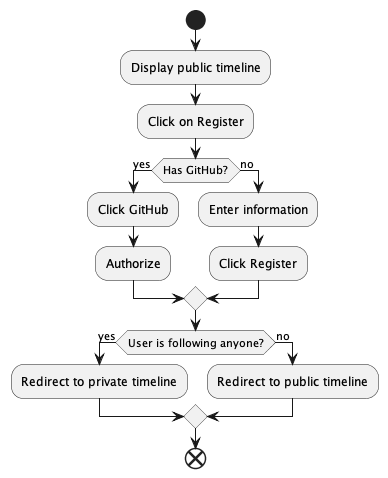
This is docs/diagrams/ActivityDiagramRegister.png from ITU-BDSA23-GROUP9/Chirp, a PlantUML export, as it was before one commit.
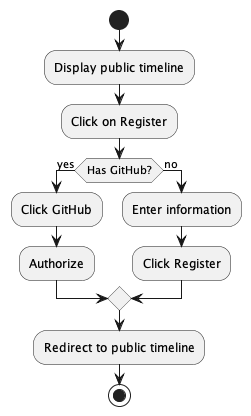
After the change.

Commit message:
Fix mistake in User Activity Diagram for Registration

Change to the diagram source:
```diff
@@ -9,10 +9,6 @@
     :Enter information;
     :Click Register;
 endif
-if (User is following anyone?) then (yes)
-    :Redirect to private timeline;
-    else (no)
-    :Redirect to public timeline;
-    endif
-end
+:Redirect to public timeline;
+stop
 @enduml
```
